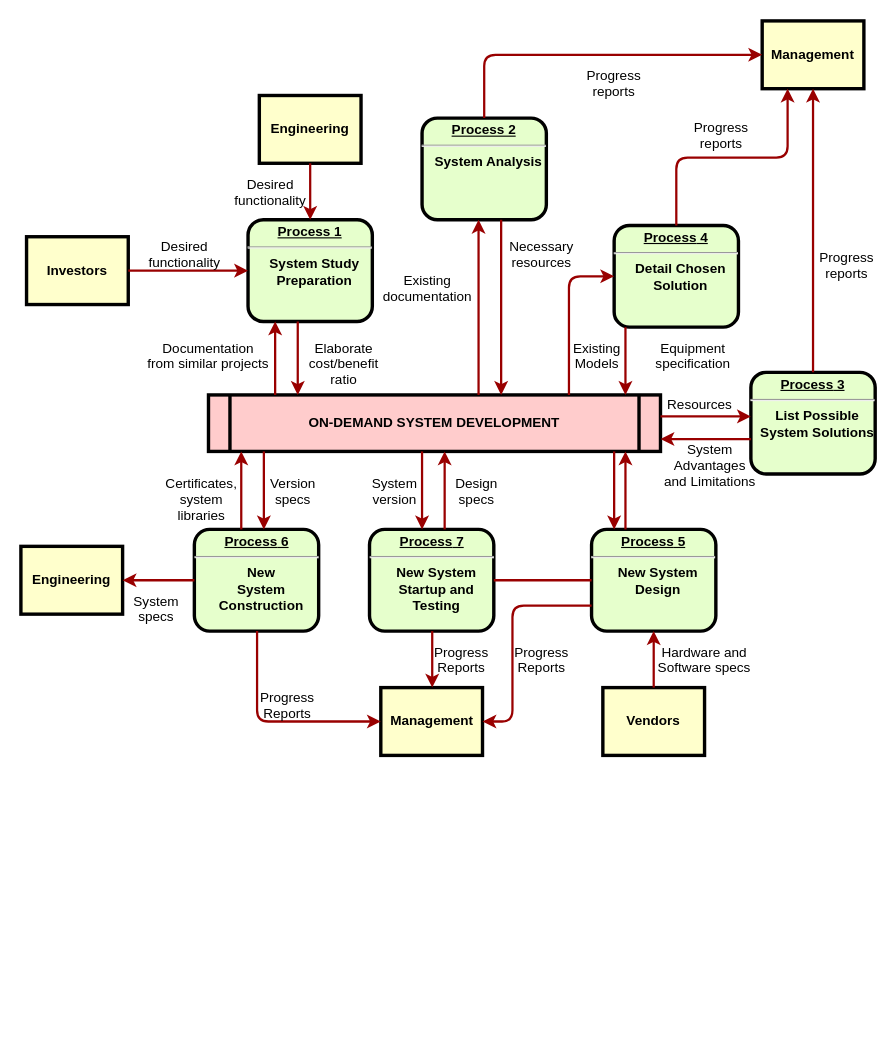
Above: simulation/未命名绘图.drawio in GeekTemo/ads_simulation (draw.io), before the change. Source tidied: cells renumbered, new cells numbered last; positions are measured from the earlier drawing's top-left corner, leaving out a move shared by most shapes. Both pictures are drawn from the tidied source at 113%, with x=0, y=0 at pixel (20, 20).
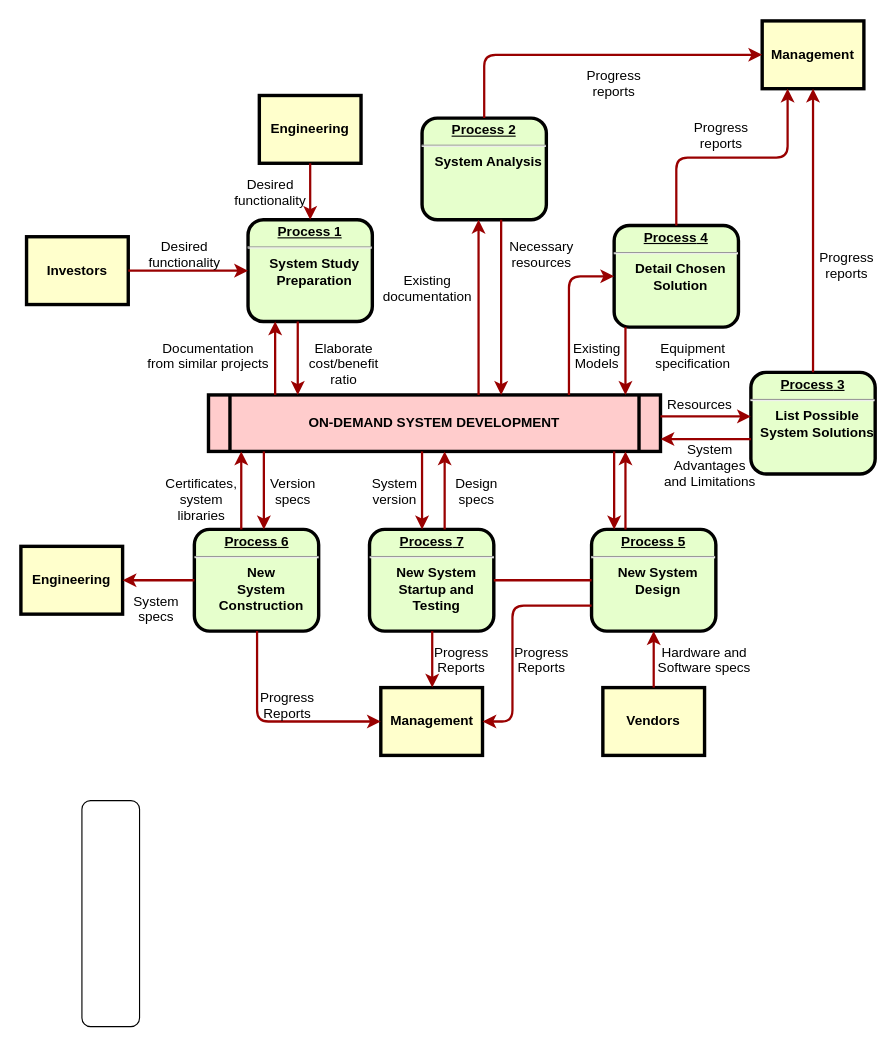
After the change.

Commit message:
音画不一致-系统架构.drawio

The edit, as a diff of the source:
```diff
@@
+    <mxCell id="63" style="rounded=1;whiteSpace=wrap;html=1;" parent="1" vertex="1">
+      <mxGeometry x="54" y="690" width="51" height="200" as="geometry" />
+    </mxCell>
```
